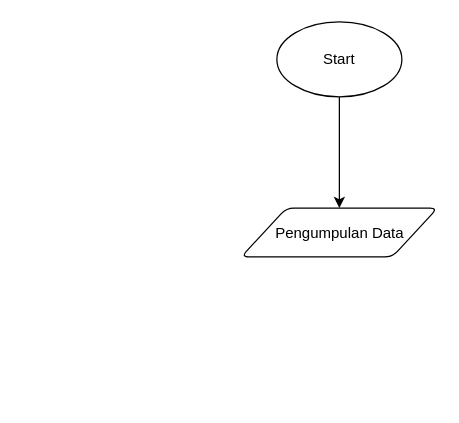
Above: Laporan Kerja Praktek.drawio in rubin429/design-port-and-harbour (draw.io), before the change. Source tidied: cells renumbered, new cells numbered last; positions are measured from the earlier drawing's top-left corner, leaving out a move shared by most shapes. Both pictures are drawn from the tidied source at 125%, with x=0, y=0 at pixel (241, 21).
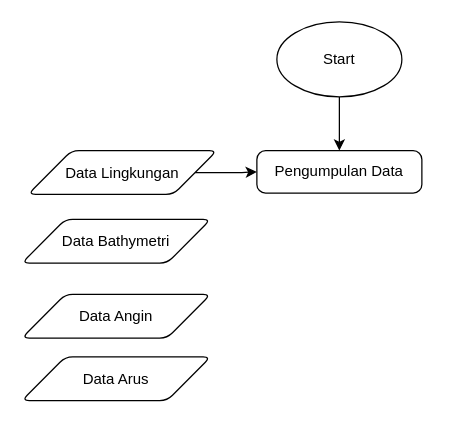
After the change.

The edit, as a diff of the source:
```diff
@@
 <mxGraphModel>
   <root>
     <mxCell id="0" />
     <mxCell id="1" parent="0" />
-    <mxCell id="2" style="edgeStyle=orthogonalEdgeStyle;rounded=0;jettySize=auto;html=1;" parent="1" edge="1" source="3" target="4">
+    <mxCell id="2" style="edgeStyle=orthogonalEdgeStyle;rounded=0;jettySize=auto;html=1;entryX=0.5;entryY=0;entryDx=0;entryDy=0;" parent="1" edge="1" source="3" target="4">
       <mxGeometry relative="1" as="geometry" />
     </mxCell>
     <mxCell id="3" value="Start" style="strokeWidth=1;html=1;shape=mxgraph.flowchart.start_1;whiteSpace=wrap;" parent="1" vertex="1">
       <mxGeometry x="28" width="100" height="60" as="geometry" />
     </mxCell>
+    <mxCell id="5" style="edgeStyle=orthogonalEdgeStyle;rounded=0;jettySize=auto;html=1;exitX=1;exitY=0.5;exitDx=0;exitDy=0;" parent="1" edge="1" source="6" target="4">
+      <mxGeometry relative="1" as="geometry" />
+    </mxCell>
+    <mxCell id="6" value="Data Lingkungan" style="shape=parallelogram;html=1;strokeWidth=1;perimeter=parallelogramPerimeter;whiteSpace=wrap;rounded=1;arcSize=12;size=0.23;" parent="1" vertex="1">
+      <mxGeometry x="-171" y="103" width="151" height="35" as="geometry" />
+    </mxCell>
-    <mxCell id="4" value="Pengumpulan Data" style="shape=parallelogram;html=1;strokeWidth=1;perimeter=parallelogramPerimeter;whiteSpace=wrap;rounded=1;arcSize=12;size=0.23;" parent="1" vertex="1">
-      <mxGeometry x="-0.5" y="149" width="157" height="39" as="geometry" />
+    <mxCell id="4" value="Pengumpulan Data" style="rounded=1;whiteSpace=wrap;html=1;absoluteArcSize=1;arcSize=14;strokeWidth=1;" parent="1" vertex="1">
+      <mxGeometry x="12" y="103" width="132" height="34" as="geometry" />
     </mxCell>
+    <mxCell id="7" value="Data Bathymetri" style="shape=parallelogram;html=1;strokeWidth=1;perimeter=parallelogramPerimeter;whiteSpace=wrap;rounded=1;arcSize=12;size=0.23;" parent="1" vertex="1">
+      <mxGeometry x="-176" y="158" width="151" height="35" as="geometry" />
+    </mxCell>
+    <mxCell id="8" value="Data Angin" style="shape=parallelogram;html=1;strokeWidth=1;perimeter=parallelogramPerimeter;whiteSpace=wrap;rounded=1;arcSize=12;size=0.23;" parent="1" vertex="1">
+      <mxGeometry x="-176" y="218" width="151" height="35" as="geometry" />
+    </mxCell>
+    <mxCell id="9" value="Data Arus" style="shape=parallelogram;html=1;strokeWidth=1;perimeter=parallelogramPerimeter;whiteSpace=wrap;rounded=1;arcSize=12;size=0.23;" parent="1" vertex="1">
+      <mxGeometry x="-176" y="268" width="151" height="35" as="geometry" />
+    </mxCell>
   </root>
 </mxGraphModel>
```
